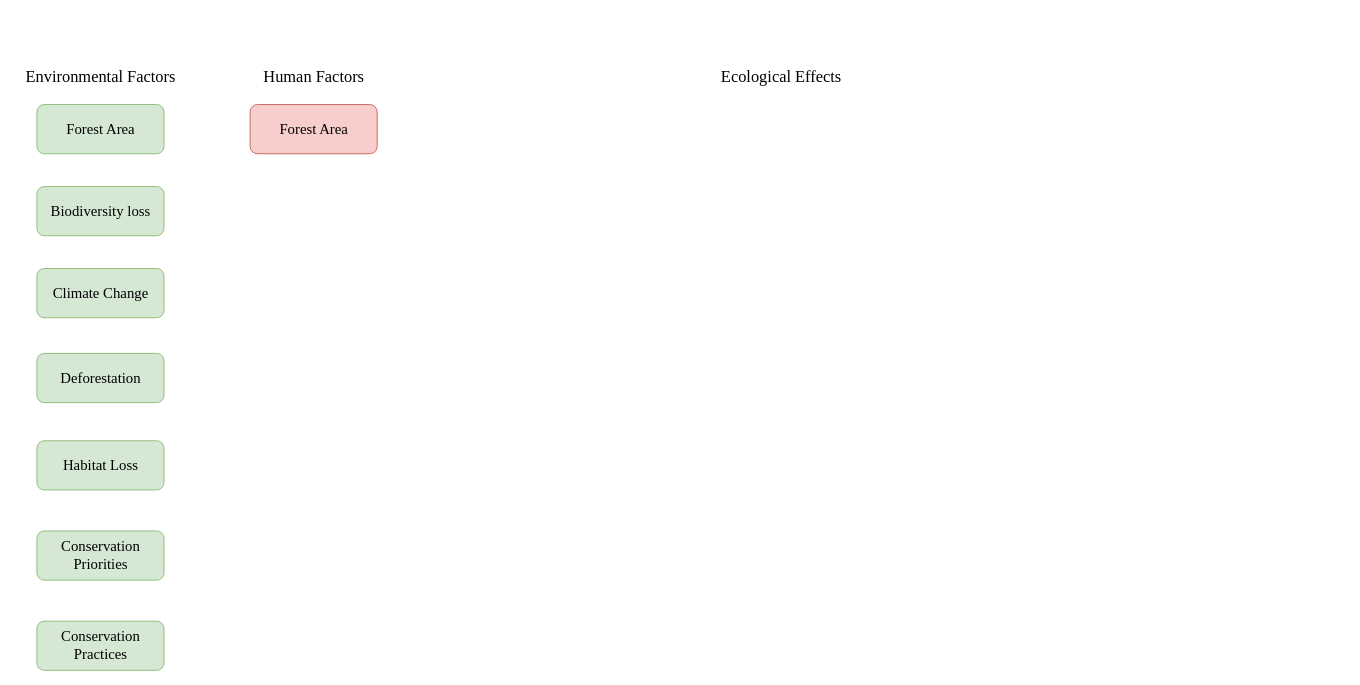
Earlier version of the draw.io diagram Untitled Diagram.drawio (PhamHanni/Files). Source tidied: cells renumbered, new cells numbered last; positions are measured from the earlier drawing's top-left corner, leaving out a move shared by most shapes. Both pictures are drawn from the tidied source at 82%, with x=0, y=0 at pixel (14, 59).
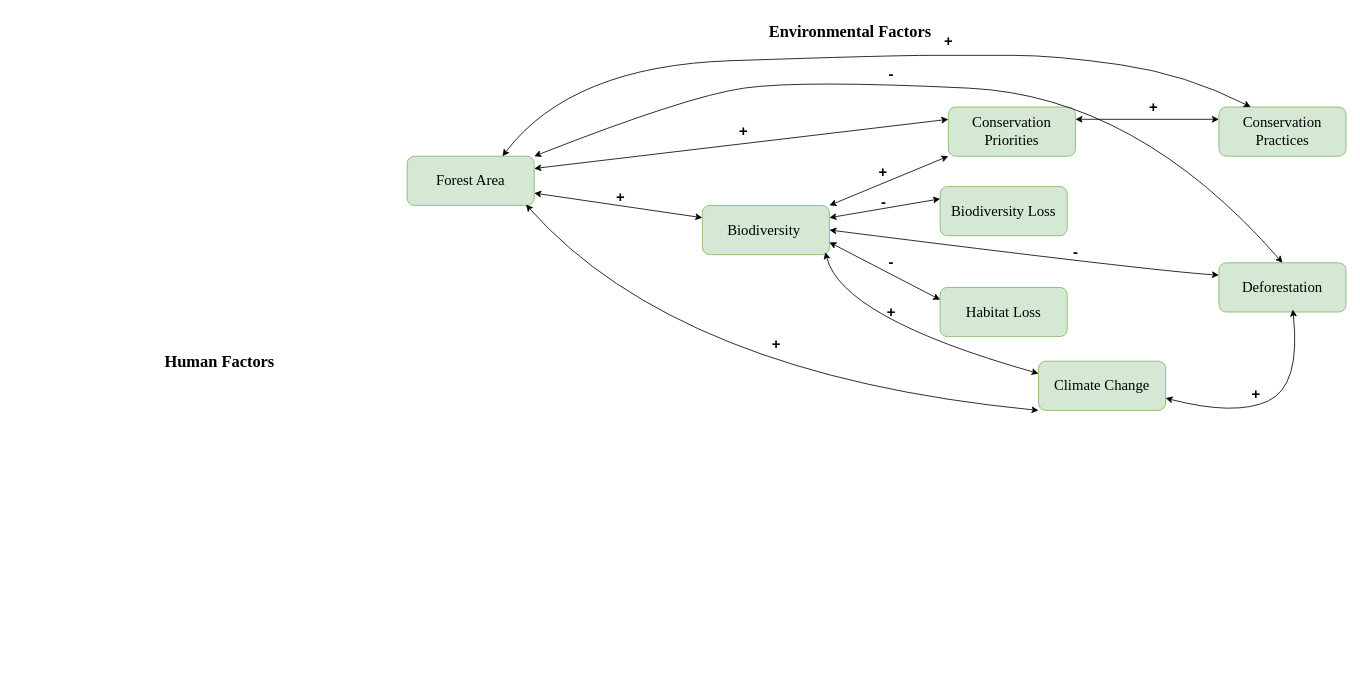
After the change.

Change to the diagram source:
```diff
@@
-    <mxCell id="2" value="&lt;font style=&quot;font-size: 20px;&quot; face=&quot;Garamond&quot;&gt;Human Factors&lt;/font&gt;" style="text;html=1;align=center;verticalAlign=middle;strokeColor=none;fillColor=none;" parent="1" vertex="1">
-      <mxGeometry x="290" width="150" height="40" as="geometry" />
-    </mxCell>
-    <mxCell id="3" value="&lt;font face=&quot;Garamond&quot; style=&quot;font-size: 20px;&quot;&gt;Environmental Factors&lt;/font&gt;" style="text;html=1;align=center;verticalAlign=middle;strokeColor=none;fillColor=none;" parent="1" vertex="1">
-      <mxGeometry width="210" height="40" as="geometry" />
+    <mxCell id="3" value="&lt;font face=&quot;Garamond&quot; style=&quot;font-size: 20px;&quot;&gt;&lt;b&gt;Environmental Factors&lt;/b&gt;&lt;/font&gt;" style="text;html=1;align=center;verticalAlign=middle;strokeColor=none;fillColor=none;" parent="1" vertex="1">
+      <mxGeometry x="909" y="-55" width="220" height="40" as="geometry" />
     </mxCell>
-    <mxCell id="4" value="&lt;font style=&quot;font-size: 20px;&quot; face=&quot;Garamond&quot;&gt;Ecological Effects&lt;/font&gt;" style="text;html=1;align=center;verticalAlign=middle;strokeColor=none;fillColor=none;" parent="1" vertex="1">
-      <mxGeometry x="850" width="170" height="40" as="geometry" />
-    </mxCell>
     <mxCell id="5" value="&lt;font style=&quot;font-size: 18px;&quot; face=&quot;Garamond&quot;&gt;Forest Area &lt;/font&gt;" style="rounded=1;whiteSpace=wrap;html=1;fillColor=#d5e8d4;strokeColor=#82b366;" parent="1" vertex="1">
-      <mxGeometry x="27.5" y="55" width="155" height="60" as="geometry" />
+      <mxGeometry x="479" y="118" width="155" height="60" as="geometry" />
     </mxCell>
-    <mxCell id="6" value="&lt;font face=&quot;Garamond&quot; style=&quot;font-size: 18px;&quot;&gt;Biodiversity loss&lt;/font&gt;" style="rounded=1;whiteSpace=wrap;html=1;fillColor=#d5e8d4;strokeColor=#82b366;" parent="1" vertex="1">
-      <mxGeometry x="27.5" y="155" width="155" height="60" as="geometry" />
+    <mxCell id="6" value="&lt;font face=&quot;Garamond&quot; style=&quot;font-size: 18px;&quot;&gt;Biodiversity&amp;nbsp;&lt;/font&gt;" style="rounded=1;whiteSpace=wrap;html=1;fillColor=#d5e8d4;strokeColor=#82b366;align=center;" parent="1" vertex="1">
+      <mxGeometry x="839" y="178" width="155" height="60" as="geometry" />
     </mxCell>
     <mxCell id="7" value="&lt;font style=&quot;font-size: 18px;&quot; face=&quot;Garamond&quot;&gt;Climate Change&lt;/font&gt;" style="rounded=1;whiteSpace=wrap;html=1;fillColor=#d5e8d4;strokeColor=#82b366;" parent="1" vertex="1">
-      <mxGeometry x="27.5" y="255" width="155" height="60" as="geometry" />
+      <mxGeometry x="1249" y="368" width="155" height="60" as="geometry" />
     </mxCell>
     <mxCell id="8" value="&lt;font style=&quot;font-size: 18px;&quot; face=&quot;Garamond&quot;&gt;Deforestation&lt;/font&gt;" style="rounded=1;whiteSpace=wrap;html=1;fillColor=#d5e8d4;strokeColor=#82b366;" parent="1" vertex="1">
-      <mxGeometry x="27.5" y="358.5" width="155" height="60" as="geometry" />
+      <mxGeometry x="1469" y="248" width="155" height="60" as="geometry" />
     </mxCell>
-    <mxCell id="9" value="&lt;font style=&quot;font-size: 18px;&quot; face=&quot;Garamond&quot;&gt;Habitat Loss&lt;/font&gt;" style="rounded=1;whiteSpace=wrap;html=1;fillColor=#d5e8d4;strokeColor=#82b366;" parent="1" vertex="1">
-      <mxGeometry x="27.5" y="465" width="155" height="60" as="geometry" />
+    <mxCell id="9" value="&lt;font style=&quot;font-size: 18px;&quot; face=&quot;Garamond&quot;&gt;Biodiversity Loss&lt;/font&gt;" style="rounded=1;whiteSpace=wrap;html=1;fillColor=#d5e8d4;strokeColor=#82b366;" parent="1" vertex="1">
+      <mxGeometry x="1129" y="155" width="155" height="60" as="geometry" />
     </mxCell>
     <mxCell id="10" value="&lt;font face=&quot;Garamond&quot; style=&quot;font-size: 18px;&quot;&gt;Conservation Priorities&lt;/font&gt;" style="rounded=1;whiteSpace=wrap;html=1;fillColor=#d5e8d4;strokeColor=#82b366;" parent="1" vertex="1">
-      <mxGeometry x="27.5" y="575" width="155" height="60" as="geometry" />
+      <mxGeometry x="1139" y="58" width="155" height="60" as="geometry" />
     </mxCell>
     <mxCell id="11" value="&lt;font style=&quot;font-size: 18px;&quot; face=&quot;Garamond&quot;&gt;Conservation Practices&lt;/font&gt;" style="rounded=1;whiteSpace=wrap;html=1;fillColor=#d5e8d4;strokeColor=#82b366;" parent="1" vertex="1">
-      <mxGeometry x="27.5" y="685" width="155" height="60" as="geometry" />
+      <mxGeometry x="1469" y="58" width="155" height="60" as="geometry" />
     </mxCell>
-    <mxCell id="12" value="&lt;font style=&quot;font-size: 18px;&quot; face=&quot;Garamond&quot;&gt;Forest Area &lt;/font&gt;" style="rounded=1;whiteSpace=wrap;html=1;fillColor=#f8cecc;strokeColor=#b85450;" parent="1" vertex="1">
-      <mxGeometry x="287.5" y="55" width="155" height="60" as="geometry" />
-    </mxCell>
+    <mxCell id="13" value="&lt;font style=&quot;font-size: 18px;&quot; face=&quot;Garamond&quot;&gt;Habitat Loss&lt;/font&gt;" style="rounded=1;whiteSpace=wrap;html=1;fillColor=#d5e8d4;strokeColor=#82b366;" parent="1" vertex="1">
+      <mxGeometry x="1129" y="278" width="155" height="60" as="geometry" />
+    </mxCell>
+    <mxCell id="14" style="curved=1;endArrow=classic;html=1;rounded=0;entryX=0.25;entryY=0;entryDx=0;entryDy=0;endFill=1;startArrow=classic;startFill=1;exitX=0.75;exitY=0;exitDx=0;exitDy=0;" parent="1" edge="1" source="5" target="11">
+      <mxGeometry relative="1" as="geometry">
+        <Array as="points">
+          <mxPoint x="679" y="8" />
+          <mxPoint x="1069" y="-5" />
+          <mxPoint x="1169" y="-5" />
+          <mxPoint x="1269" y="-5" />
+          <mxPoint x="1429" y="18" />
+        </Array>
+      </mxGeometry>
+    </mxCell>
+    <mxCell id="15" value="&lt;b&gt;&lt;font style=&quot;font-size: 18px;&quot;&gt;+&lt;/font&gt;&lt;/b&gt;" style="text;html=1;align=center;verticalAlign=middle;strokeColor=none;fillColor=none;" parent="1" vertex="1">
+      <mxGeometry x="1124" y="-42" width="30" height="40" as="geometry" />
+    </mxCell>
+    <mxCell id="16" style="endArrow=classic;startArrow=classic;html=1;rounded=0;exitX=1;exitY=0.25;exitDx=0;exitDy=0;entryX=0;entryY=0.25;entryDx=0;entryDy=0;" parent="1" edge="1" source="5" target="10">
+      <mxGeometry relative="1" as="geometry" />
+    </mxCell>
+    <mxCell id="17" value="&lt;font style=&quot;font-size: 18px;&quot;&gt;&lt;b&gt;+&lt;/b&gt;&lt;/font&gt;" style="text;html=1;align=center;verticalAlign=middle;strokeColor=none;fillColor=none;" parent="1" vertex="1">
+      <mxGeometry x="874" y="68" width="30" height="40" as="geometry" />
+    </mxCell>
+    <mxCell id="18" style="endArrow=classic;startArrow=classic;html=1;rounded=0;entryX=0;entryY=0.25;entryDx=0;entryDy=0;exitX=1;exitY=0.25;exitDx=0;exitDy=0;" parent="1" edge="1" source="10" target="11">
+      <mxGeometry relative="1" as="geometry" />
+    </mxCell>
+    <mxCell id="19" value="&lt;b&gt;&lt;font style=&quot;font-size: 18px;&quot;&gt;+&lt;/font&gt;&lt;/b&gt;" style="text;html=1;align=center;verticalAlign=middle;strokeColor=none;fillColor=none;" parent="1" vertex="1">
+      <mxGeometry x="1374" y="38" width="30" height="40" as="geometry" />
+    </mxCell>
+    <mxCell id="20" style="endArrow=classic;startArrow=classic;html=1;rounded=0;entryX=0;entryY=0.25;entryDx=0;entryDy=0;exitX=1;exitY=0.75;exitDx=0;exitDy=0;" parent="1" edge="1" source="5" target="6">
+      <mxGeometry relative="1" as="geometry" />
+    </mxCell>
+    <mxCell id="21" value="&lt;b&gt;&lt;font style=&quot;font-size: 18px;&quot;&gt;+&lt;/font&gt;&lt;/b&gt;" style="text;html=1;align=center;verticalAlign=middle;strokeColor=none;fillColor=none;" parent="1" vertex="1">
+      <mxGeometry x="724" y="148" width="30" height="40" as="geometry" />
+    </mxCell>
+    <mxCell id="22" style="endArrow=classic;startArrow=classic;html=1;rounded=0;entryX=0;entryY=0.25;entryDx=0;entryDy=0;exitX=1;exitY=0.25;exitDx=0;exitDy=0;" parent="1" edge="1" source="6" target="9">
+      <mxGeometry relative="1" as="geometry" />
+    </mxCell>
+    <mxCell id="23" value="&lt;b&gt;&lt;font style=&quot;font-size: 18px;&quot;&gt;-&lt;/font&gt;&lt;/b&gt;" style="text;html=1;align=center;verticalAlign=middle;strokeColor=none;fillColor=none;" parent="1" vertex="1">
+      <mxGeometry x="1045" y="155" width="30" height="40" as="geometry" />
+    </mxCell>
+    <mxCell id="24" style="endArrow=classic;startArrow=classic;html=1;rounded=0;entryX=0;entryY=0.25;entryDx=0;entryDy=0;exitX=1;exitY=0.75;exitDx=0;exitDy=0;" parent="1" edge="1" source="6" target="13">
+      <mxGeometry relative="1" as="geometry" />
+    </mxCell>
+    <mxCell id="25" value="&lt;font style=&quot;font-size: 18px;&quot;&gt;&lt;b&gt;-&lt;/b&gt;&lt;/font&gt;" style="text;html=1;align=center;verticalAlign=middle;strokeColor=none;fillColor=none;" parent="1" vertex="1">
+      <mxGeometry x="1054" y="228" width="30" height="40" as="geometry" />
+    </mxCell>
+    <mxCell id="26" style="curved=1;endArrow=classic;html=1;rounded=0;entryX=0;entryY=0.25;entryDx=0;entryDy=0;startArrow=classic;startFill=1;exitX=1;exitY=0.5;exitDx=0;exitDy=0;" parent="1" edge="1" source="6" target="8">
+      <mxGeometry relative="1" as="geometry">
+        <Array as="points">
+          <mxPoint x="1389" y="258" />
+        </Array>
+      </mxGeometry>
+    </mxCell>
+    <mxCell id="27" value="&lt;b&gt;&lt;font style=&quot;font-size: 18px;&quot;&gt;-&lt;/font&gt;&lt;/b&gt;" style="text;html=1;align=center;verticalAlign=middle;strokeColor=none;fillColor=none;" parent="1" vertex="1">
+      <mxGeometry x="1279" y="215" width="30" height="40" as="geometry" />
+    </mxCell>
+    <mxCell id="28" style="curved=1;endArrow=classic;html=1;rounded=0;entryX=0;entryY=0.25;entryDx=0;entryDy=0;startArrow=classic;startFill=1;exitX=0.968;exitY=0.95;exitDx=0;exitDy=0;exitPerimeter=0;" parent="1" edge="1" source="6" target="7">
+      <mxGeometry relative="1" as="geometry">
+        <Array as="points">
+          <mxPoint x="1009" y="315" />
+        </Array>
+      </mxGeometry>
+    </mxCell>
+    <mxCell id="29" value="&lt;b&gt;&lt;font style=&quot;font-size: 18px;&quot;&gt;+&lt;/font&gt;&lt;/b&gt;" style="text;html=1;align=center;verticalAlign=middle;strokeColor=none;fillColor=none;" parent="1" vertex="1">
+      <mxGeometry x="1054" y="288" width="30" height="40" as="geometry" />
+    </mxCell>
+    <mxCell id="30" style="endArrow=classic;startArrow=classic;html=1;rounded=0;entryX=0;entryY=1;entryDx=0;entryDy=0;exitX=1;exitY=0;exitDx=0;exitDy=0;" parent="1" edge="1" source="6" target="10">
+      <mxGeometry relative="1" as="geometry" />
+    </mxCell>
+    <mxCell id="31" value="&lt;b&gt;&lt;font style=&quot;font-size: 18px;&quot;&gt;+&lt;/font&gt;&lt;/b&gt;" style="text;html=1;align=center;verticalAlign=middle;strokeColor=none;fillColor=none;" parent="1" vertex="1">
+      <mxGeometry x="1044" y="118" width="30" height="40" as="geometry" />
+    </mxCell>
+    <mxCell id="32" style="curved=1;endArrow=classic;html=1;rounded=0;entryX=0.581;entryY=0.95;entryDx=0;entryDy=0;entryPerimeter=0;startArrow=classic;startFill=1;exitX=1;exitY=0.75;exitDx=0;exitDy=0;" parent="1" edge="1" source="7" target="8">
+      <mxGeometry relative="1" as="geometry">
+        <Array as="points">
+          <mxPoint x="1489" y="435" />
+          <mxPoint x="1569" y="398" />
+        </Array>
+      </mxGeometry>
+    </mxCell>
+    <mxCell id="33" value="&lt;b&gt;&lt;font style=&quot;font-size: 18px;&quot;&gt;+&lt;/font&gt;&lt;/b&gt;" style="text;html=1;align=center;verticalAlign=middle;strokeColor=none;fillColor=none;" parent="1" vertex="1">
+      <mxGeometry x="1499" y="388" width="30" height="40" as="geometry" />
+    </mxCell>
+    <mxCell id="34" style="curved=1;endArrow=classic;html=1;rounded=0;startArrow=classic;startFill=1;exitX=0.935;exitY=0.983;exitDx=0;exitDy=0;exitPerimeter=0;entryX=0;entryY=1;entryDx=0;entryDy=0;" parent="1" edge="1" source="5" target="7">
+      <mxGeometry relative="1" as="geometry">
+        <Array as="points">
+          <mxPoint x="809" y="385" />
+        </Array>
+      </mxGeometry>
+    </mxCell>
+    <mxCell id="35" value="&lt;b&gt;&lt;font style=&quot;font-size: 18px;&quot;&gt;+&lt;/font&gt;&lt;/b&gt;" style="text;html=1;align=center;verticalAlign=middle;strokeColor=none;fillColor=none;" parent="1" vertex="1">
+      <mxGeometry x="914" y="328" width="30" height="40" as="geometry" />
+    </mxCell>
+    <mxCell id="36" style="curved=1;endArrow=classic;html=1;rounded=0;entryX=0.5;entryY=0;entryDx=0;entryDy=0;startArrow=classic;startFill=1;exitX=1;exitY=0;exitDx=0;exitDy=0;" parent="1" edge="1" source="5" target="8">
+      <mxGeometry relative="1" as="geometry">
+        <Array as="points">
+          <mxPoint x="820" y="45" />
+          <mxPoint x="959" y="25" />
+          <mxPoint x="1369" y="45" />
+        </Array>
+      </mxGeometry>
+    </mxCell>
+    <mxCell id="37" value="&lt;b&gt;&lt;font style=&quot;font-size: 18px;&quot;&gt;-&lt;/font&gt;&lt;/b&gt;" style="text;html=1;align=center;verticalAlign=middle;strokeColor=none;fillColor=none;" parent="1" vertex="1">
+      <mxGeometry x="1054" y="-2" width="30" height="40" as="geometry" />
+    </mxCell>
+    <mxCell id="2" value="&lt;font style=&quot;font-size: 20px;&quot; face=&quot;Garamond&quot;&gt;&lt;b&gt;Human Factors&lt;/b&gt;&lt;/font&gt;" style="text;html=1;align=center;verticalAlign=middle;strokeColor=none;fillColor=none;" parent="1" vertex="1">
+      <mxGeometry x="170" y="348" width="160" height="40" as="geometry" />
+    </mxCell>
```
